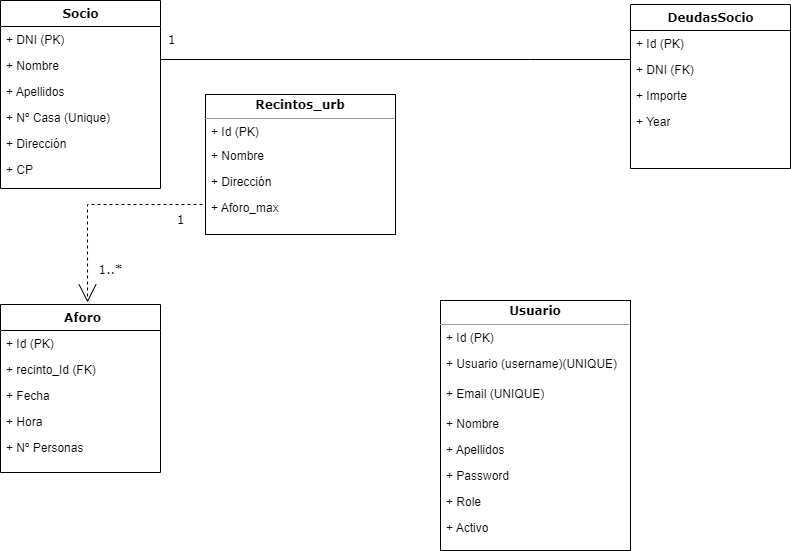
The draw.io diagram docs/esquemaBD.png in aguererom/cotomar, before a commit. Source tidied: cells renumbered, new cells last; positions are measured from the earlier drawing's top-left corner, leaving out a move shared by most shapes.
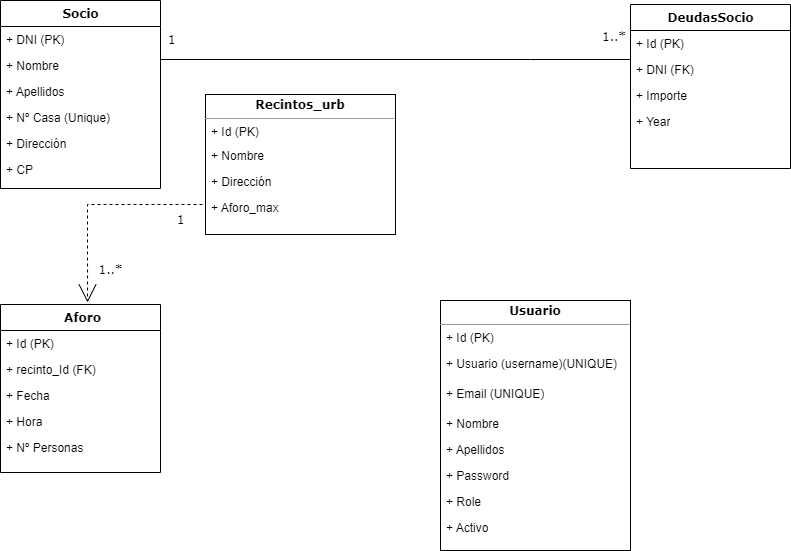
After the change.

The edit, as a diff of the source:
```diff
@@ -129,5 +129,8 @@
     <mxCell id="38" value="+ Activo" style="text;html=1;strokeColor=none;fillColor=none;align=left;verticalAlign=top;spacingLeft=4;spacingRight=4;whiteSpace=wrap;overflow=hidden;" parent="1" vertex="1">
       <mxGeometry x="440" y="514" width="160" height="26" as="geometry" />
     </mxCell>
+    <mxCell id="39" value="&lt;span style=&quot;color: rgb(0, 0, 0); font-family: Verdana; font-size: 12px; font-style: normal; font-variant-ligatures: normal; font-variant-caps: normal; font-weight: 400; letter-spacing: normal; orphans: 2; text-align: center; text-indent: 0px; text-transform: none; widows: 2; word-spacing: 0px; -webkit-text-stroke-width: 0px; background-color: rgb(255, 255, 255); text-decoration-thickness: initial; text-decoration-style: initial; text-decoration-color: initial; float: none; display: inline !important;&quot;&gt;1..*&lt;/span&gt;" style="text;whiteSpace=wrap;html=1;" parent="1" vertex="1">
+      <mxGeometry x="600" y="23" width="30" height="30" as="geometry" />
+    </mxCell>
   </root>
 </mxGraphModel>
```
